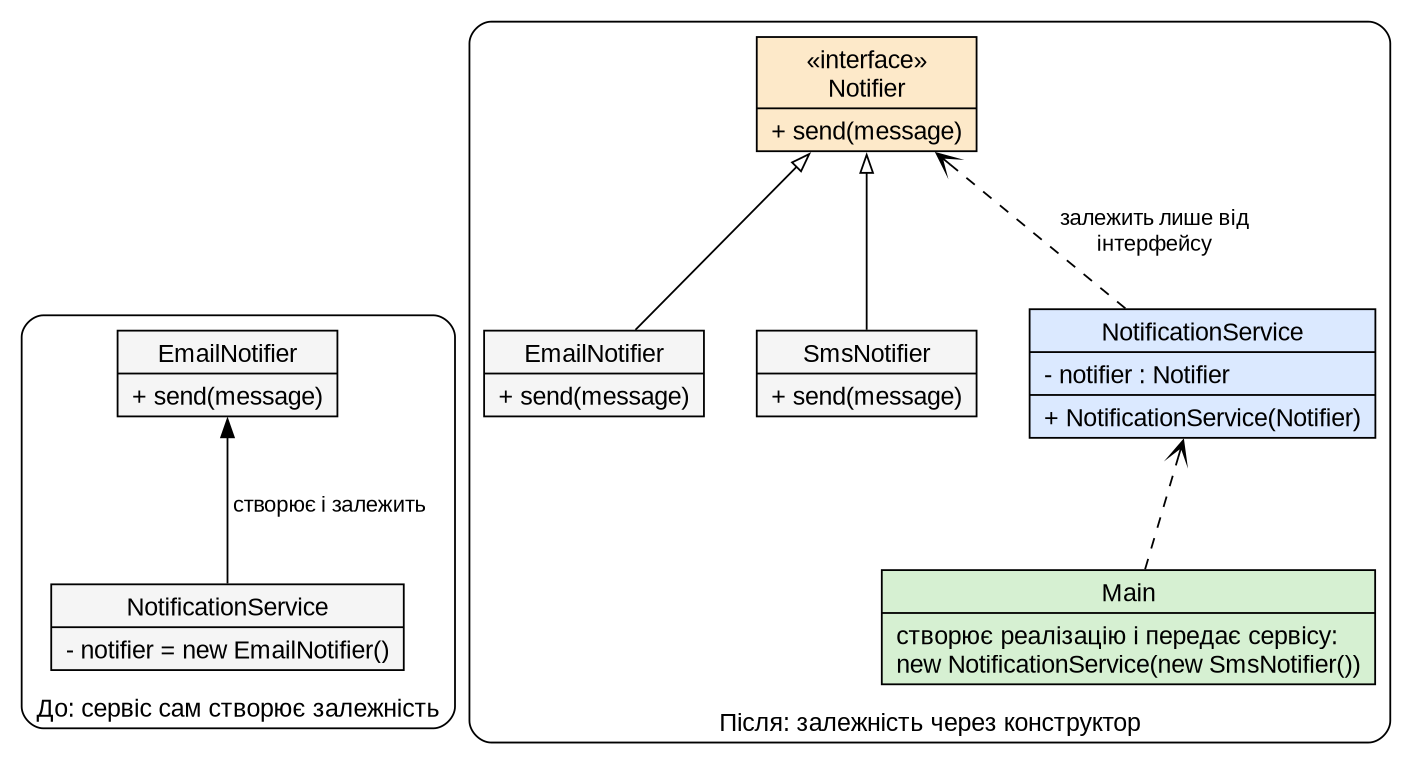
Earlier version of the Graphviz export java/pz-4/diagrams/di.png (brizzinck/krinzhrepoduta). Its source is kept beside it as java/pz-4/diagrams/di.dot. The source it was exported from:
```dot
digraph G {
  rankdir=BT; nodesep=0.4; ranksep=0.8; compound=true;
  graph [fontname="Liberation Sans", bgcolor="white"];
  node [shape=record, fontname="Liberation Sans", fontsize=14, style=filled, fillcolor="#f5f5f5"];
  edge [fontname="Liberation Sans", fontsize=12];

  subgraph cluster_before {
    label="До: сервіс сам створює залежність"; style=rounded; fontsize=14;
    bS [label="{NotificationService|- notifier = new EmailNotifier()\l}"];
    bE [label="{EmailNotifier|+ send(message)\l}"];
    bS -> bE [label=" створює і залежить"];
  }
  subgraph cluster_after {
    label="Після: залежність через конструктор"; style=rounded; fontsize=14;
    aS [fillcolor="#dbe9ff", label="{NotificationService|- notifier : Notifier\l|+ NotificationService(Notifier)\l}"];
    aN [fillcolor="#fde9c9", label="{«interface»\nNotifier|+ send(message)\l}"];
    aE [label="{EmailNotifier|+ send(message)\l}"];
    aM [label="{SmsNotifier|+ send(message)\l}"];
    aMain [fillcolor="#d6f0d2", label="{Main|створює реалізацію і передає сервісу:\lnew NotificationService(new SmsNotifier())\l}"];
    aS -> aN [arrowhead=vee, style=dashed, label=" залежить лише від\l інтерфейсу"];
    aE -> aN [arrowhead=empty];
    aM -> aN [arrowhead=empty];
    aMain -> aS [arrowhead=vee, style=dashed];
  }
}
```
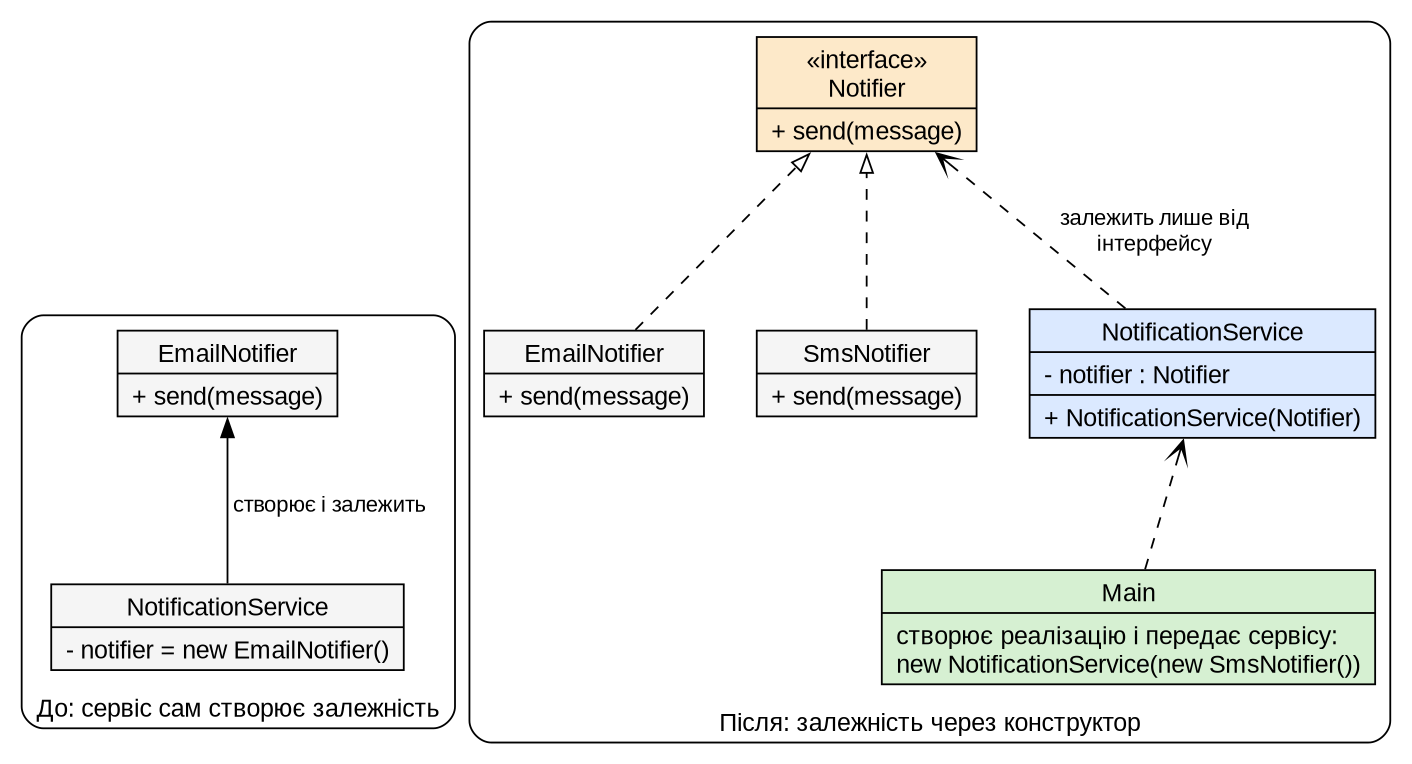
After the commit.

Change to the diagram source:
```diff
@@ -18,8 +18,8 @@
     aM [label="{SmsNotifier|+ send(message)\l}"];
     aMain [fillcolor="#d6f0d2", label="{Main|створює реалізацію і передає сервісу:\lnew NotificationService(new SmsNotifier())\l}"];
     aS -> aN [arrowhead=vee, style=dashed, label=" залежить лише від\l інтерфейсу"];
-    aE -> aN [arrowhead=empty];
-    aM -> aN [arrowhead=empty];
+    aE -> aN [arrowhead=empty, style=dashed];
+    aM -> aN [arrowhead=empty, style=dashed];
     aMain -> aS [arrowhead=vee, style=dashed];
   }
 }
```
